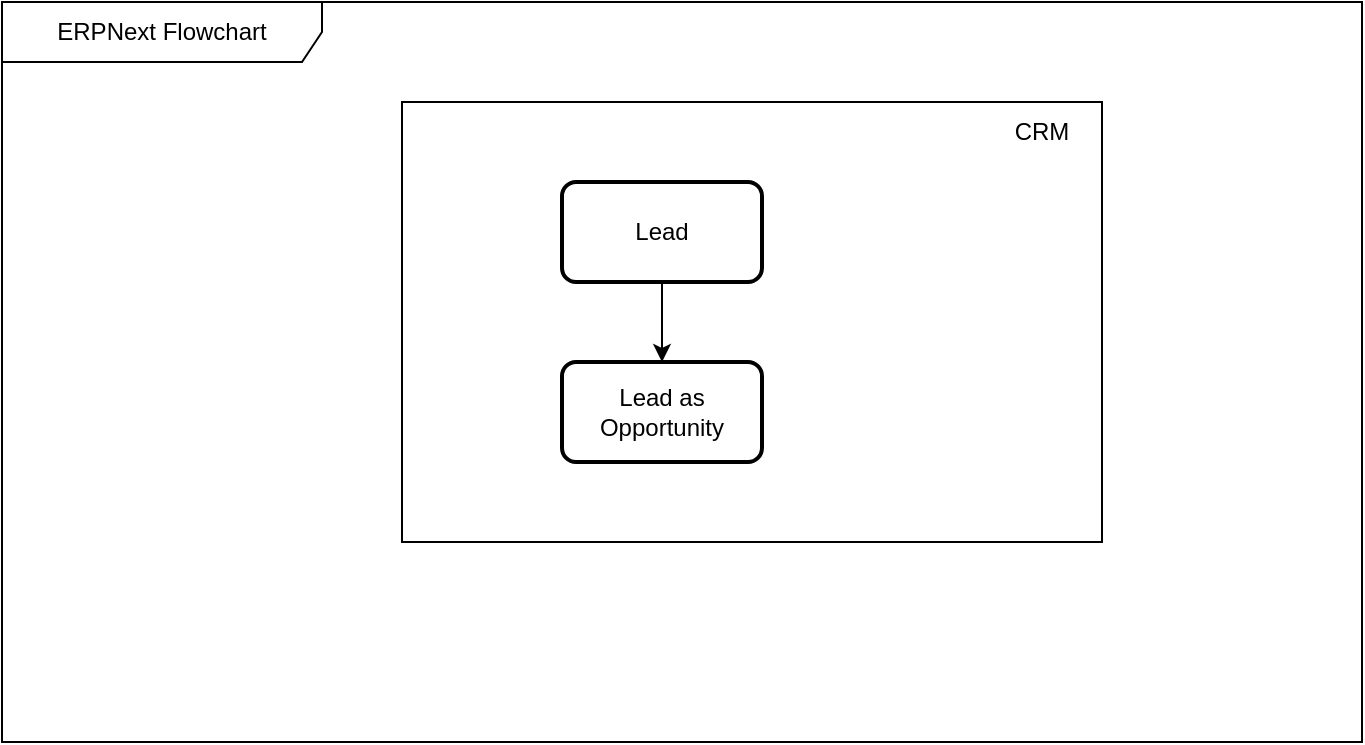
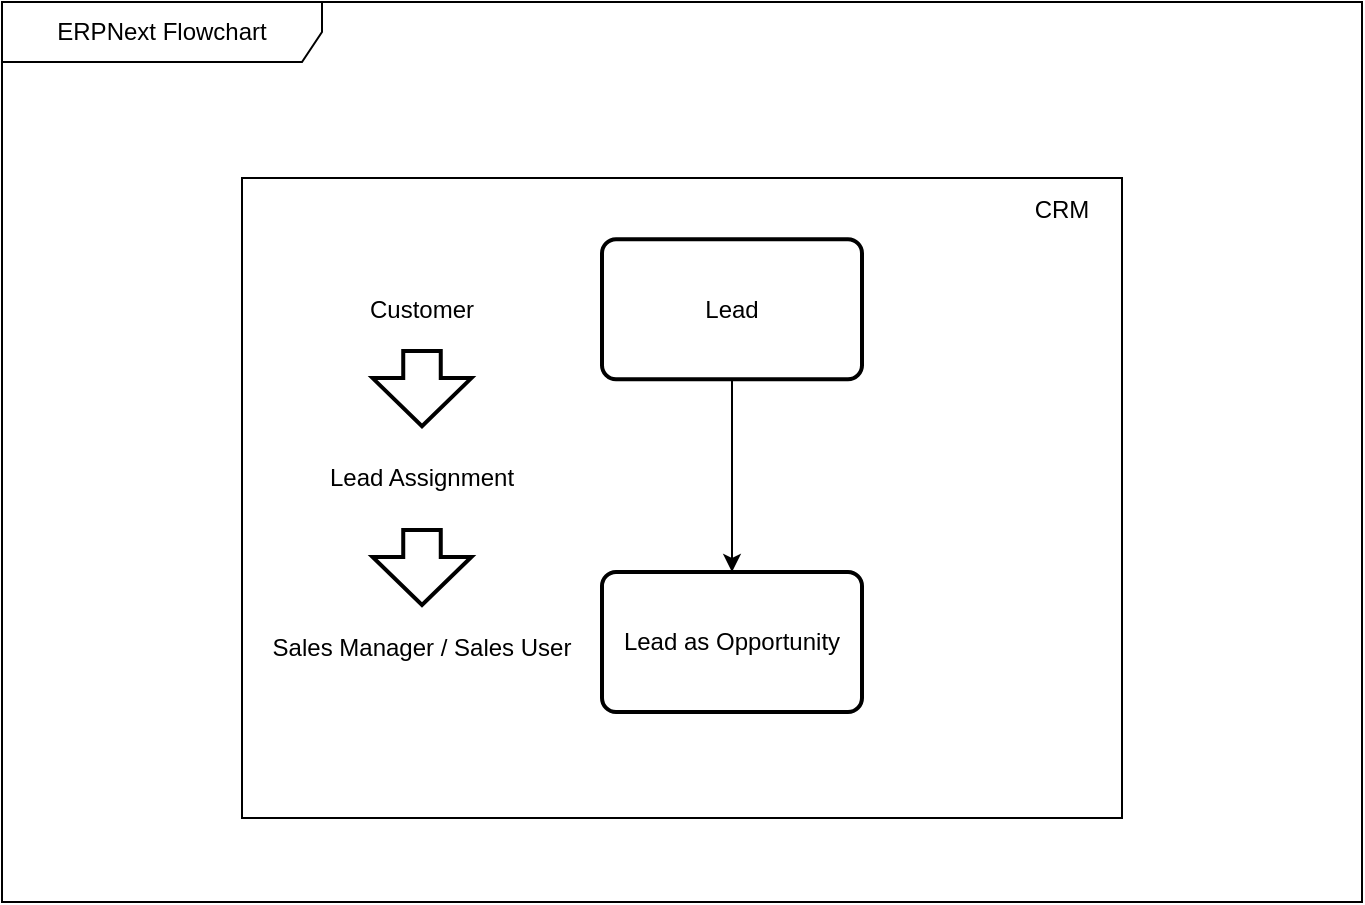
<mxfile host="Electron" agent="Mozilla/5.0 (Windows NT 10.0; Win64; x64) AppleWebKit/537.36 (KHTML, like Gecko) draw.io/28.2.5 Chrome/138.0.7204.251 Electron/37.6.1 Safari/537.36" version="28.2.5">
  <diagram name="ERPNext-Flowchart" id="5VQpRf3UxsrrhgqVb7EB">
    <mxGraphModel dx="1111" dy="537" grid="1" gridSize="10" guides="1" tooltips="1" connect="1" arrows="1" fold="1" page="1" pageScale="1" pageWidth="827" pageHeight="1169" math="0" shadow="0">
      <root>
        <mxCell id="0" />
        <mxCell id="1" parent="0" />
-         <mxCell id="KllrkMzeH1JwtFpocHV2-1" value="ERPNext Flowchart" style="shape=umlFrame;whiteSpace=wrap;html=1;pointerEvents=0;recursiveResize=0;container=1;collapsible=0;width=160;" vertex="1" parent="1">
-           <mxGeometry x="80" y="190" width="680" height="370" as="geometry" />
+         <mxCell id="KllrkMzeH1JwtFpocHV2-1" value="ERPNext Flowchart" style="shape=umlFrame;whiteSpace=wrap;html=1;pointerEvents=0;recursiveResize=0;container=1;collapsible=0;width=160;" parent="1" vertex="1">
+           <mxGeometry x="80" y="190" width="680" height="450" as="geometry" />
        </mxCell>
-         <mxCell id="KllrkMzeH1JwtFpocHV2-4" value="" style="rounded=0;whiteSpace=wrap;html=1;" vertex="1" parent="KllrkMzeH1JwtFpocHV2-1">
-           <mxGeometry x="200" y="50" width="350" height="220" as="geometry" />
+         <mxCell id="KllrkMzeH1JwtFpocHV2-4" value="" style="rounded=0;whiteSpace=wrap;html=1;" parent="KllrkMzeH1JwtFpocHV2-1" vertex="1">
+           <mxGeometry x="120" y="88" width="440" height="320" as="geometry" />
        </mxCell>
-         <mxCell id="KllrkMzeH1JwtFpocHV2-5" value="CRM" style="text;html=1;align=center;verticalAlign=middle;whiteSpace=wrap;rounded=0;" vertex="1" parent="KllrkMzeH1JwtFpocHV2-1">
-           <mxGeometry x="490" y="50" width="60" height="30" as="geometry" />
+         <mxCell id="KllrkMzeH1JwtFpocHV2-5" value="CRM" style="text;html=1;align=center;verticalAlign=middle;whiteSpace=wrap;rounded=0;" parent="KllrkMzeH1JwtFpocHV2-1" vertex="1">
+           <mxGeometry x="500" y="88.62" width="60" height="30" as="geometry" />
        </mxCell>
-         <mxCell id="KllrkMzeH1JwtFpocHV2-8" style="edgeStyle=orthogonalEdgeStyle;rounded=0;orthogonalLoop=1;jettySize=auto;html=1;entryX=0.5;entryY=0;entryDx=0;entryDy=0;" edge="1" parent="KllrkMzeH1JwtFpocHV2-1" source="KllrkMzeH1JwtFpocHV2-6" target="KllrkMzeH1JwtFpocHV2-7">
+         <mxCell id="KllrkMzeH1JwtFpocHV2-8" style="edgeStyle=orthogonalEdgeStyle;rounded=0;orthogonalLoop=1;jettySize=auto;html=1;entryX=0.5;entryY=0;entryDx=0;entryDy=0;" parent="KllrkMzeH1JwtFpocHV2-1" source="KllrkMzeH1JwtFpocHV2-6" target="KllrkMzeH1JwtFpocHV2-7" edge="1">
          <mxGeometry relative="1" as="geometry" />
        </mxCell>
-         <mxCell id="KllrkMzeH1JwtFpocHV2-6" value="Lead" style="rounded=1;whiteSpace=wrap;html=1;absoluteArcSize=1;arcSize=14;strokeWidth=2;" vertex="1" parent="KllrkMzeH1JwtFpocHV2-1">
-           <mxGeometry x="280" y="90" width="100" height="50" as="geometry" />
+         <mxCell id="KllrkMzeH1JwtFpocHV2-6" value="Lead" style="rounded=1;whiteSpace=wrap;html=1;absoluteArcSize=1;arcSize=14;strokeWidth=2;" parent="KllrkMzeH1JwtFpocHV2-1" vertex="1">
+           <mxGeometry x="300" y="118.62" width="130" height="70" as="geometry" />
        </mxCell>
-         <mxCell id="KllrkMzeH1JwtFpocHV2-7" value="Lead as Opportunity" style="rounded=1;whiteSpace=wrap;html=1;absoluteArcSize=1;arcSize=14;strokeWidth=2;" vertex="1" parent="KllrkMzeH1JwtFpocHV2-1">
-           <mxGeometry x="280" y="180" width="100" height="50" as="geometry" />
+         <mxCell id="KllrkMzeH1JwtFpocHV2-7" value="Lead as Opportunity" style="rounded=1;whiteSpace=wrap;html=1;absoluteArcSize=1;arcSize=14;strokeWidth=2;" parent="KllrkMzeH1JwtFpocHV2-1" vertex="1">
+           <mxGeometry x="300" y="285" width="130" height="70" as="geometry" />
+         </mxCell>
+         <mxCell id="C1Wobmr2DnB0NistbBoQ-4" value="Customer" style="text;html=1;align=center;verticalAlign=middle;whiteSpace=wrap;rounded=0;" vertex="1" parent="KllrkMzeH1JwtFpocHV2-1">
+           <mxGeometry x="120" y="138.62" width="180" height="30" as="geometry" />
+         </mxCell>
+         <mxCell id="C1Wobmr2DnB0NistbBoQ-7" value="Sales Manager / Sales User" style="text;html=1;align=center;verticalAlign=middle;whiteSpace=wrap;rounded=0;" vertex="1" parent="KllrkMzeH1JwtFpocHV2-1">
+           <mxGeometry x="120" y="308" width="180" height="30" as="geometry" />
+         </mxCell>
+         <mxCell id="C1Wobmr2DnB0NistbBoQ-9" value="" style="verticalLabelPosition=bottom;verticalAlign=top;html=1;strokeWidth=2;shape=mxgraph.arrows2.arrow;dy=0.62;dx=24;notch=0;rotation=90;" vertex="1" parent="KllrkMzeH1JwtFpocHV2-1">
+           <mxGeometry x="191.25" y="168.62" width="37.5" height="49.38" as="geometry" />
+         </mxCell>
+         <mxCell id="C1Wobmr2DnB0NistbBoQ-10" value="" style="verticalLabelPosition=bottom;verticalAlign=top;html=1;strokeWidth=2;shape=mxgraph.arrows2.arrow;dy=0.62;dx=24;notch=0;rotation=90;" vertex="1" parent="KllrkMzeH1JwtFpocHV2-1">
+           <mxGeometry x="191.25" y="258" width="37.5" height="49.38" as="geometry" />
+         </mxCell>
+         <mxCell id="C1Wobmr2DnB0NistbBoQ-6" value="Lead Assignment" style="text;html=1;align=center;verticalAlign=middle;whiteSpace=wrap;rounded=0;" vertex="1" parent="1">
+           <mxGeometry x="200" y="413" width="180" height="30" as="geometry" />
        </mxCell>
      </root>
    </mxGraphModel>
  </diagram>
</mxfile>
